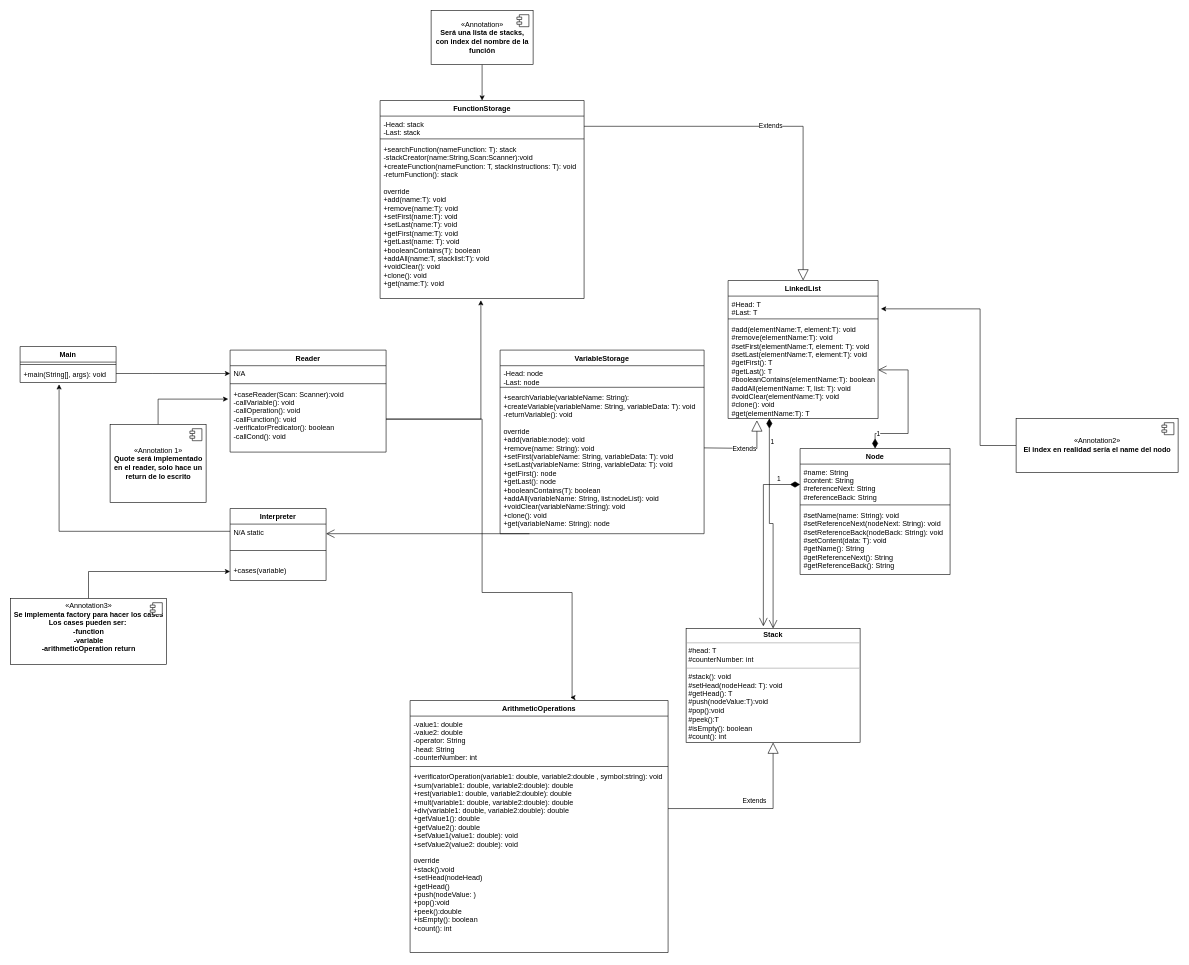
This is Untitled Diagram.drawio from DiggsPapu/Proyect1_Lisp_Interpreter, a draw.io file, before an edit. Source tidied: cells renumbered, new cells numbered last; positions are measured from the earlier drawing's top-left corner, leaving out a move shared by most shapes. Both pictures are drawn from the tidied source at 60%, with x=0, y=0 at pixel (10, 10).
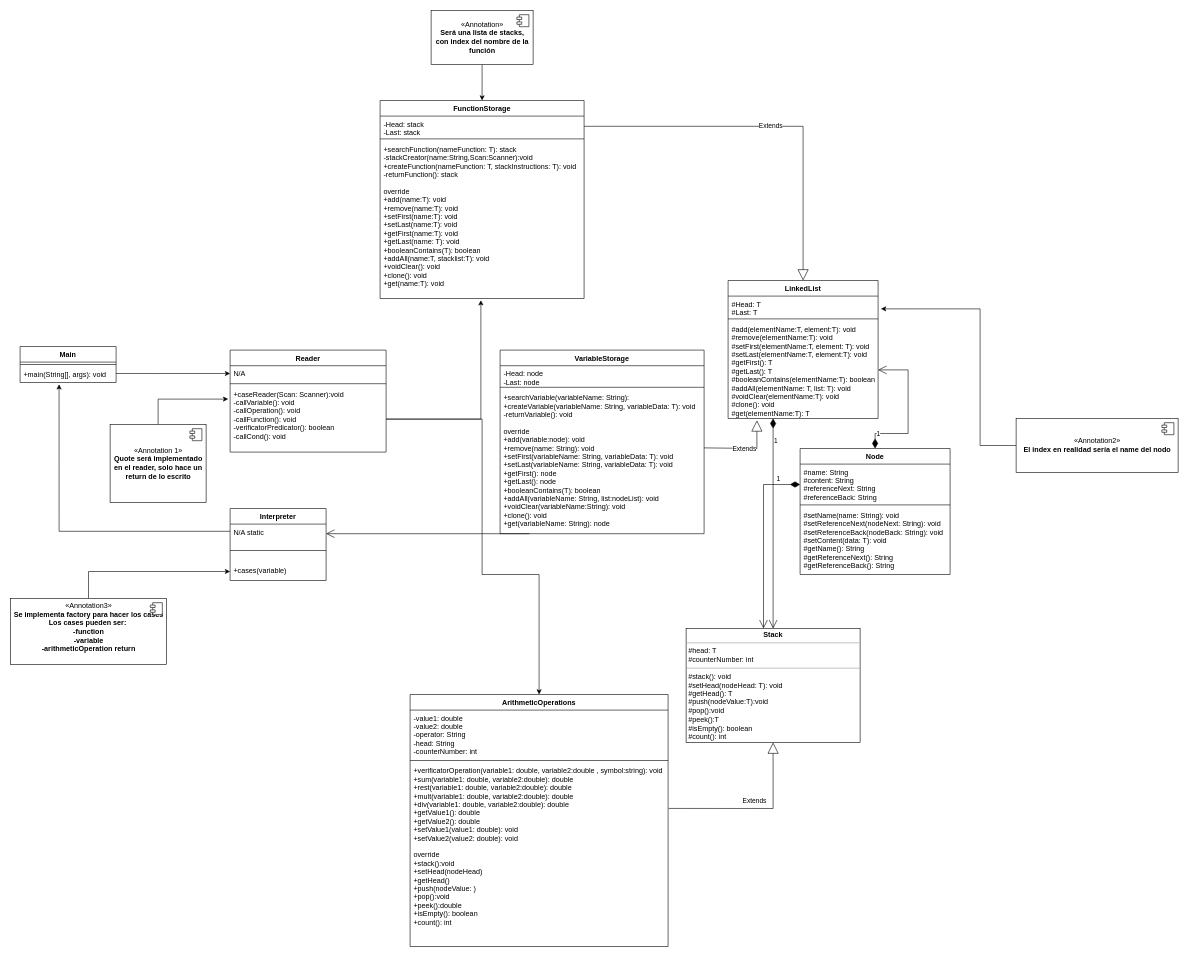
Above is the later version.

Unchanged cells that the change refers to:
```xml
<mxCell id="8" value="+caseReader(Scan: Scanner):void&#10;-callVariable(): void&#10;-callOperation(): void&#10;-callFunction(): void&#10;-verificatorPredicator(): boolean&#10;-callCond(): void" style="text;strokeColor=none;fillColor=none;align=left;verticalAlign=top;spacingLeft=4;spacingRight=4;overflow=hidden;points=[[0,0.5],[1,0.5]];portConstraint=eastwest;" parent="5" vertex="1">
  <mxGeometry y="60" width="260" height="110" as="geometry" />
</mxCell>
<mxCell id="16" value="+verificatorOperation(variable1: double, variable2:double , symbol:string): void&#10;+sum(variable1: double, variable2:double): double&#10;+rest(variable1: double, variable2:double): double&#10;+mult(variable1: double, variable2:double): double&#10;+div(variable1: double, variable2:double): double&#10;+getValue1(): double&#10;+getValue2(): double&#10;+setValue1(value1: double): void&#10;+setValue2(value2: double): void&#10;&#10;override&#10;+stack():void&#10;+setHead(nodeHead)&#10;+getHead()&#10;+push(nodeValue: )&#10;+pop():void&#10;+peek():double&#10;+isEmpty(): boolean&#10;+count(): int" style="text;strokeColor=none;fillColor=none;align=left;verticalAlign=top;spacingLeft=4;spacingRight=4;overflow=hidden;points=[[0,0.5],[1,0.5]];portConstraint=eastwest;" parent="13" vertex="1">
  <mxGeometry y="114" width="430" height="306" as="geometry" />
</mxCell>
<mxCell id="24" value="#add(elementName:T, element:T): void&#10;#remove(elementName:T): void&#10;#setFirst(elementName:T, element: T): void&#10;#setLast(elementName:T, element:T): void&#10;#getFirst(): T&#10;#getLast(): T&#10;#booleanContains(elementName:T): boolean&#10;#addAll(elementName: T, list: T): void&#10;#voidClear(elementName:T): void&#10;#clone(): void&#10;#get(elementName:T): T" style="text;strokeColor=none;fillColor=none;align=left;verticalAlign=top;spacingLeft=4;spacingRight=4;overflow=hidden;points=[[0,0.5],[1,0.5]];portConstraint=eastwest;" parent="21" vertex="1">
  <mxGeometry y="68" width="250" height="162" as="geometry" />
</mxCell>
<mxCell id="32" value="&lt;p style=&quot;margin: 0px ; margin-top: 4px ; text-align: center&quot;&gt;&lt;b&gt;Stack&lt;/b&gt;&lt;/p&gt;&lt;hr size=&quot;1&quot;&gt;&lt;p style=&quot;margin: 0px ; margin-left: 4px&quot;&gt;#head: T&lt;/p&gt;&lt;p style=&quot;margin: 0px ; margin-left: 4px&quot;&gt;#counterNumber: int&lt;/p&gt;&lt;hr size=&quot;1&quot;&gt;&lt;p style=&quot;margin: 0px ; margin-left: 4px&quot;&gt;#stack(): void&lt;/p&gt;&lt;p style=&quot;margin: 0px ; margin-left: 4px&quot;&gt;#setHead(nodeHead: T): void&lt;/p&gt;&lt;p style=&quot;margin: 0px ; margin-left: 4px&quot;&gt;#getHead(): T&lt;/p&gt;&lt;p style=&quot;margin: 0px ; margin-left: 4px&quot;&gt;#push(nodeValue:T):void&lt;/p&gt;&lt;p style=&quot;margin: 0px ; margin-left: 4px&quot;&gt;#pop():void&lt;/p&gt;&lt;p style=&quot;margin: 0px ; margin-left: 4px&quot;&gt;#peek():T&lt;/p&gt;&lt;p style=&quot;margin: 0px ; margin-left: 4px&quot;&gt;#isEmpty(): boolean&lt;/p&gt;&lt;p style=&quot;margin: 0px ; margin-left: 4px&quot;&gt;#count(): int&lt;/p&gt;&lt;p style=&quot;margin: 0px ; margin-left: 4px&quot;&gt;&lt;br&gt;&lt;/p&gt;" style="verticalAlign=top;align=left;overflow=fill;fontSize=12;fontFamily=Helvetica;html=1;" parent="1" vertex="1">
  <mxGeometry x="1126" y="1030" width="290" height="190" as="geometry" />
</mxCell>
```

The edit, as a diff of the source:
```diff
@@
     <mxCell id="13" value="ArithmeticOperations" style="swimlane;fontStyle=1;align=center;verticalAlign=top;horizontal=1;startSize=26;" parent="1" vertex="1">
-      <mxGeometry x="666" y="1150" width="430" height="420" as="geometry" />
+      <mxGeometry x="666" y="1140" width="430" height="420" as="geometry" />
     </mxCell>
@@
-    <mxCell id="33" value="1" style="endArrow=open;html=1;endSize=12;startArrow=diamondThin;startSize=14;startFill=1;edgeStyle=orthogonalEdgeStyle;align=left;verticalAlign=bottom;rounded=0;entryX=0.444;entryY=-0.019;entryDx=0;entryDy=0;entryPerimeter=0;" parent="1" edge="1" target="32">
+    <mxCell id="33" value="1" style="endArrow=open;html=1;endSize=12;startArrow=diamondThin;startSize=14;startFill=1;edgeStyle=orthogonalEdgeStyle;align=left;verticalAlign=bottom;rounded=0;" parent="1" edge="1">
       <mxGeometry x="-0.73" relative="1" as="geometry">
         <mxPoint x="1316" y="790" as="sourcePoint" />
+        <mxPoint x="1255" y="1030" as="targetPoint" />
         <Array as="points">
           <mxPoint x="1255" y="790" />
         </Array>
       </mxGeometry>
     </mxCell>
@@
-    <mxCell id="45" value="Extends" style="endArrow=block;endSize=16;endFill=0;html=1;rounded=0;entryX=0.5;entryY=1;entryDx=0;entryDy=0;exitX=1;exitY=0.216;exitDx=0;exitDy=0;exitPerimeter=0;" parent="1" edge="1" source="16" target="32">
+    <mxCell id="45" value="Extends" style="endArrow=block;endSize=16;endFill=0;html=1;rounded=0;entryX=0.5;entryY=1;entryDx=0;entryDy=0;exitX=1.002;exitY=0.248;exitDx=0;exitDy=0;exitPerimeter=0;" parent="1" edge="1" source="16" target="32">
       <mxGeometry x="0.01" y="13" relative="1" as="geometry">
         <Array as="points">
           <mxPoint x="1271" y="1330" />
         </Array>
       </mxGeometry>
     </mxCell>
@@
-    <mxCell id="55" style="edgeStyle=orthogonalEdgeStyle;rounded=0;jettySize=auto;html=1;entryX=0.621;entryY=-0.012;entryDx=0;entryDy=0;entryPerimeter=0;" parent="1" edge="1" source="8" target="13">
+    <mxCell id="55" style="edgeStyle=orthogonalEdgeStyle;rounded=0;jettySize=auto;html=1;entryX=0.5;entryY=0;entryDx=0;entryDy=0;" parent="1" edge="1" source="8" target="13">
       <mxGeometry relative="1" as="geometry">
         <Array as="points">
           <mxPoint x="786" y="681" />
-          <mxPoint x="786" y="970" />
-          <mxPoint x="936" y="970" />
-          <mxPoint x="936" y="1145" />
+          <mxPoint x="786" y="940" />
+          <mxPoint x="881" y="940" />
         </Array>
       </mxGeometry>
     </mxCell>
-    <mxCell id="56" value="1" style="endArrow=open;html=1;endSize=12;startArrow=diamondThin;startSize=14;startFill=1;edgeStyle=orthogonalEdgeStyle;align=left;verticalAlign=bottom;rounded=0;exitX=0.275;exitY=1;exitDx=0;exitDy=0;exitPerimeter=0;entryX=0.5;entryY=0;entryDx=0;entryDy=0;" parent="1" edge="1" source="24" target="32">
+    <mxCell id="56" value="1" style="endArrow=open;html=1;endSize=12;startArrow=diamondThin;startSize=14;startFill=1;edgeStyle=orthogonalEdgeStyle;align=left;verticalAlign=bottom;rounded=0;exitX=0.3;exitY=1;exitDx=0;exitDy=0;exitPerimeter=0;entryX=0.5;entryY=0;entryDx=0;entryDy=0;" parent="1" edge="1" source="24" target="32">
       <mxGeometry x="-0.73" relative="1" as="geometry" />
     </mxCell>
```
